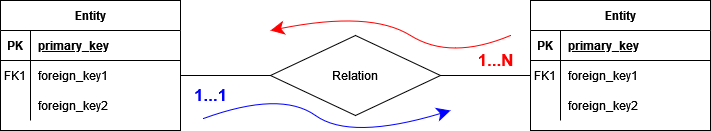
Before: DocumentalDB/Images/legendaER.png, a diagram exported from draw.io (neekoo0/SMBUDproject22-23). Source tidied: cells renumbered, new cells last; positions are measured from the earlier drawing's top-left corner, leaving out a move shared by most shapes. Source of this version:
```xml
<mxGraphModel>
  <root>
    <mxCell id="0" />
    <mxCell id="1" parent="0" />
    <mxCell id="2" value="Entity" style="shape=table;startSize=30;rowLines=0;fontStyle=1;align=center;" parent="1" vertex="1">
      <mxGeometry width="180" height="130" as="geometry" />
    </mxCell>
    <mxCell id="3" style="shape=partialRectangle;fillColor=none;top=0;left=0;right=0;bottom=1;" parent="2" vertex="1">
      <mxGeometry y="30" width="180" height="30" as="geometry" />
    </mxCell>
    <mxCell id="4" value="PK" style="shape=partialRectangle;overflow=hidden;fillColor=none;top=0;left=0;bottom=0;right=0;fontStyle=1;" parent="3" vertex="1">
      <mxGeometry width="30" height="30" as="geometry" />
    </mxCell>
    <mxCell id="5" value="primary_key" style="shape=partialRectangle;overflow=hidden;fillColor=none;top=0;left=0;bottom=0;right=0;align=left;spacingLeft=6;fontStyle=5;" parent="3" vertex="1">
      <mxGeometry x="30" width="150" height="30" as="geometry" />
    </mxCell>
    <mxCell id="6" style="shape=partialRectangle;fillColor=none;points=[[0,0.5],[1,0.5]];portConstraint=eastwest;top=0;left=0;right=0;bottom=0;" parent="2" vertex="1">
      <mxGeometry y="60" width="180" height="30" as="geometry" />
    </mxCell>
    <mxCell id="7" value="FK1" style="shape=partialRectangle;overflow=hidden;fillColor=none;top=0;left=0;bottom=0;right=0;" parent="6" vertex="1">
      <mxGeometry width="30" height="30" as="geometry" />
    </mxCell>
    <mxCell id="8" value="foreign_key1" style="shape=partialRectangle;overflow=hidden;fillColor=none;top=0;left=0;bottom=0;right=0;align=left;spacingLeft=6;" parent="6" vertex="1">
      <mxGeometry x="30" width="150" height="30" as="geometry" />
    </mxCell>
    <mxCell id="9" style="shape=partialRectangle;fillColor=none;top=0;left=0;right=0;bottom=0;" parent="2" vertex="1">
      <mxGeometry y="90" width="180" height="30" as="geometry" />
    </mxCell>
    <mxCell id="10" style="shape=partialRectangle;overflow=hidden;fillColor=none;top=0;left=0;bottom=0;right=0;" parent="9" vertex="1">
      <mxGeometry width="30" height="30" as="geometry" />
    </mxCell>
    <mxCell id="11" value="foreign_key2" style="shape=partialRectangle;overflow=hidden;fillColor=none;top=0;left=0;bottom=0;right=0;align=left;spacingLeft=6;" parent="9" vertex="1">
      <mxGeometry x="30" width="150" height="30" as="geometry" />
    </mxCell>
    <mxCell id="12" value="Entity" style="shape=table;startSize=30;rowLines=0;fontStyle=1;align=center;" parent="1" vertex="1">
      <mxGeometry x="530" width="180" height="130" as="geometry" />
    </mxCell>
    <mxCell id="13" style="shape=partialRectangle;fillColor=none;top=0;left=0;right=0;bottom=1;" parent="12" vertex="1">
      <mxGeometry y="30" width="180" height="30" as="geometry" />
    </mxCell>
    <mxCell id="14" value="PK" style="shape=partialRectangle;overflow=hidden;fillColor=none;top=0;left=0;bottom=0;right=0;fontStyle=1;" parent="13" vertex="1">
      <mxGeometry width="30" height="30" as="geometry" />
    </mxCell>
    <mxCell id="15" value="primary_key" style="shape=partialRectangle;overflow=hidden;fillColor=none;top=0;left=0;bottom=0;right=0;align=left;spacingLeft=6;fontStyle=5;" parent="13" vertex="1">
      <mxGeometry x="30" width="150" height="30" as="geometry" />
    </mxCell>
    <mxCell id="16" style="shape=partialRectangle;fillColor=none;points=[[0,0.5],[1,0.5]];portConstraint=eastwest;top=0;left=0;right=0;bottom=0;" parent="12" vertex="1">
      <mxGeometry y="60" width="180" height="30" as="geometry" />
    </mxCell>
    <mxCell id="17" value="FK1" style="shape=partialRectangle;overflow=hidden;fillColor=none;top=0;left=0;bottom=0;right=0;" parent="16" vertex="1">
      <mxGeometry width="30" height="30" as="geometry" />
    </mxCell>
    <mxCell id="18" value="foreign_key1" style="shape=partialRectangle;overflow=hidden;fillColor=none;top=0;left=0;bottom=0;right=0;align=left;spacingLeft=6;" parent="16" vertex="1">
      <mxGeometry x="30" width="150" height="30" as="geometry" />
    </mxCell>
    <mxCell id="19" style="shape=partialRectangle;fillColor=none;top=0;left=0;right=0;bottom=0;" parent="12" vertex="1">
      <mxGeometry y="90" width="180" height="30" as="geometry" />
    </mxCell>
    <mxCell id="20" style="shape=partialRectangle;overflow=hidden;fillColor=none;top=0;left=0;bottom=0;right=0;" parent="19" vertex="1">
      <mxGeometry width="30" height="30" as="geometry" />
    </mxCell>
    <mxCell id="21" value="foreign_key2" style="shape=partialRectangle;overflow=hidden;fillColor=none;top=0;left=0;bottom=0;right=0;align=left;spacingLeft=6;" parent="19" vertex="1">
      <mxGeometry x="30" width="150" height="30" as="geometry" />
    </mxCell>
    <mxCell id="22" style="rounded=0;jettySize=auto;html=1;exitX=0;exitY=0.5;exitDx=0;exitDy=0;entryX=1;entryY=0.5;entryDx=0;entryDy=0;endArrow=none;endFill=0;" parent="1" edge="1" source="23" target="6">
      <mxGeometry relative="1" as="geometry" />
    </mxCell>
    <mxCell id="23" value="Relation" style="rhombus;whiteSpace=wrap;html=1;" parent="1" vertex="1">
      <mxGeometry x="270" y="35" width="170" height="80" as="geometry" />
    </mxCell>
    <mxCell id="24" style="rounded=0;jettySize=auto;html=1;exitX=0;exitY=0.5;exitDx=0;exitDy=0;entryX=1;entryY=0.5;entryDx=0;entryDy=0;endArrow=none;endFill=0;" parent="1" edge="1" source="16" target="23">
      <mxGeometry relative="1" as="geometry" />
    </mxCell>
    <mxCell id="25" style="curved=1;endArrow=classic;html=1;rounded=0;strokeColor=#FF0000;endSize=11;startSize=11;" parent="1" edge="1">
      <mxGeometry relative="1" as="geometry">
        <mxPoint x="510" y="35" as="sourcePoint" />
        <mxPoint x="270" y="30" as="targetPoint" />
        <Array as="points">
          <mxPoint x="450" y="60" />
          <mxPoint x="370" y="10" />
        </Array>
      </mxGeometry>
    </mxCell>
    <mxCell id="26" value="&lt;b&gt;&lt;font style=&quot;font-size: 17px;&quot; color=&quot;#FF0000&quot;&gt;1...N&lt;/font&gt;&lt;/b&gt;" style="text;html=1;align=center;verticalAlign=middle;strokeColor=none;fillColor=none;" parent="1" vertex="1">
      <mxGeometry x="465" y="45" width="60" height="30" as="geometry" />
    </mxCell>
    <mxCell id="27" style="curved=1;endArrow=classic;html=1;rounded=0;strokeColor=#0000FF;endSize=11;startSize=11;startArrow=none;exitX=0.383;exitY=1.267;exitDx=0;exitDy=0;exitPerimeter=0;" parent="1" edge="1" source="28">
      <mxGeometry relative="1" as="geometry">
        <mxPoint x="450" y="110" as="targetPoint" />
        <Array as="points">
          <mxPoint x="280" y="90" />
          <mxPoint x="350" y="140" />
        </Array>
      </mxGeometry>
    </mxCell>
    <mxCell id="28" value="&lt;b&gt;&lt;font color=&quot;#0000FF&quot;&gt;1...1&lt;/font&gt;&lt;/b&gt;" style="text;html=1;align=center;verticalAlign=middle;points=[];strokeColor=none;fillColor=none;fontSize=17;fontColor=#FF0000;" parent="1" vertex="1">
      <mxGeometry x="180" y="80" width="60" height="30" as="geometry" />
    </mxCell>
    <mxCell id="29" style="curved=1;endArrow=none;html=1;rounded=0;strokeColor=#FF0000;endSize=11;startSize=11;" parent="1" edge="1" target="28">
      <mxGeometry relative="1" as="geometry">
        <mxPoint x="200" y="110" as="sourcePoint" />
      </mxGeometry>
    </mxCell>
  </root>
</mxGraphModel>
```
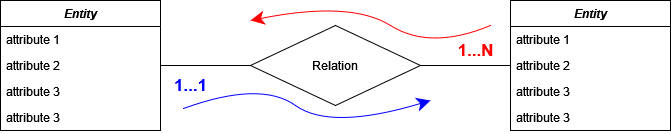
The same file after the commit.

Commit message:
legendaER correction

Diff of the diagram source:
```diff
@@ -2,74 +2,18 @@
   <root>
     <mxCell id="0" />
     <mxCell id="1" parent="0" />
-    <mxCell id="2" value="Entity" style="shape=table;startSize=30;rowLines=0;fontStyle=1;align=center;" parent="1" vertex="1">
-      <mxGeometry width="180" height="130" as="geometry" />
-    </mxCell>
-    <mxCell id="3" style="shape=partialRectangle;fillColor=none;top=0;left=0;right=0;bottom=1;" parent="2" vertex="1">
-      <mxGeometry y="30" width="180" height="30" as="geometry" />
-    </mxCell>
-    <mxCell id="4" value="PK" style="shape=partialRectangle;overflow=hidden;fillColor=none;top=0;left=0;bottom=0;right=0;fontStyle=1;" parent="3" vertex="1">
-      <mxGeometry width="30" height="30" as="geometry" />
-    </mxCell>
-    <mxCell id="5" value="primary_key" style="shape=partialRectangle;overflow=hidden;fillColor=none;top=0;left=0;bottom=0;right=0;align=left;spacingLeft=6;fontStyle=5;" parent="3" vertex="1">
-      <mxGeometry x="30" width="150" height="30" as="geometry" />
-    </mxCell>
-    <mxCell id="6" style="shape=partialRectangle;fillColor=none;points=[[0,0.5],[1,0.5]];portConstraint=eastwest;top=0;left=0;right=0;bottom=0;" parent="2" vertex="1">
-      <mxGeometry y="60" width="180" height="30" as="geometry" />
-    </mxCell>
-    <mxCell id="7" value="FK1" style="shape=partialRectangle;overflow=hidden;fillColor=none;top=0;left=0;bottom=0;right=0;" parent="6" vertex="1">
-      <mxGeometry width="30" height="30" as="geometry" />
-    </mxCell>
-    <mxCell id="8" value="foreign_key1" style="shape=partialRectangle;overflow=hidden;fillColor=none;top=0;left=0;bottom=0;right=0;align=left;spacingLeft=6;" parent="6" vertex="1">
-      <mxGeometry x="30" width="150" height="30" as="geometry" />
-    </mxCell>
-    <mxCell id="9" style="shape=partialRectangle;fillColor=none;top=0;left=0;right=0;bottom=0;" parent="2" vertex="1">
-      <mxGeometry y="90" width="180" height="30" as="geometry" />
-    </mxCell>
-    <mxCell id="10" style="shape=partialRectangle;overflow=hidden;fillColor=none;top=0;left=0;bottom=0;right=0;" parent="9" vertex="1">
-      <mxGeometry width="30" height="30" as="geometry" />
-    </mxCell>
-    <mxCell id="11" value="foreign_key2" style="shape=partialRectangle;overflow=hidden;fillColor=none;top=0;left=0;bottom=0;right=0;align=left;spacingLeft=6;" parent="9" vertex="1">
-      <mxGeometry x="30" width="150" height="30" as="geometry" />
-    </mxCell>
-    <mxCell id="12" value="Entity" style="shape=table;startSize=30;rowLines=0;fontStyle=1;align=center;" parent="1" vertex="1">
-      <mxGeometry x="530" width="180" height="130" as="geometry" />
-    </mxCell>
-    <mxCell id="13" style="shape=partialRectangle;fillColor=none;top=0;left=0;right=0;bottom=1;" parent="12" vertex="1">
-      <mxGeometry y="30" width="180" height="30" as="geometry" />
-    </mxCell>
-    <mxCell id="14" value="PK" style="shape=partialRectangle;overflow=hidden;fillColor=none;top=0;left=0;bottom=0;right=0;fontStyle=1;" parent="13" vertex="1">
-      <mxGeometry width="30" height="30" as="geometry" />
-    </mxCell>
-    <mxCell id="15" value="primary_key" style="shape=partialRectangle;overflow=hidden;fillColor=none;top=0;left=0;bottom=0;right=0;align=left;spacingLeft=6;fontStyle=5;" parent="13" vertex="1">
-      <mxGeometry x="30" width="150" height="30" as="geometry" />
-    </mxCell>
-    <mxCell id="16" style="shape=partialRectangle;fillColor=none;points=[[0,0.5],[1,0.5]];portConstraint=eastwest;top=0;left=0;right=0;bottom=0;" parent="12" vertex="1">
-      <mxGeometry y="60" width="180" height="30" as="geometry" />
-    </mxCell>
-    <mxCell id="17" value="FK1" style="shape=partialRectangle;overflow=hidden;fillColor=none;top=0;left=0;bottom=0;right=0;" parent="16" vertex="1">
-      <mxGeometry width="30" height="30" as="geometry" />
-    </mxCell>
-    <mxCell id="18" value="foreign_key1" style="shape=partialRectangle;overflow=hidden;fillColor=none;top=0;left=0;bottom=0;right=0;align=left;spacingLeft=6;" parent="16" vertex="1">
-      <mxGeometry x="30" width="150" height="30" as="geometry" />
-    </mxCell>
-    <mxCell id="19" style="shape=partialRectangle;fillColor=none;top=0;left=0;right=0;bottom=0;" parent="12" vertex="1">
-      <mxGeometry y="90" width="180" height="30" as="geometry" />
-    </mxCell>
-    <mxCell id="20" style="shape=partialRectangle;overflow=hidden;fillColor=none;top=0;left=0;bottom=0;right=0;" parent="19" vertex="1">
-      <mxGeometry width="30" height="30" as="geometry" />
-    </mxCell>
-    <mxCell id="21" value="foreign_key2" style="shape=partialRectangle;overflow=hidden;fillColor=none;top=0;left=0;bottom=0;right=0;align=left;spacingLeft=6;" parent="19" vertex="1">
-      <mxGeometry x="30" width="150" height="30" as="geometry" />
-    </mxCell>
-    <mxCell id="22" style="rounded=0;jettySize=auto;html=1;exitX=0;exitY=0.5;exitDx=0;exitDy=0;entryX=1;entryY=0.5;entryDx=0;entryDy=0;endArrow=none;endFill=0;" parent="1" edge="1" source="23" target="6">
-      <mxGeometry relative="1" as="geometry" />
+    <mxCell id="22" style="rounded=0;jettySize=auto;html=1;exitX=0;exitY=0.5;exitDx=0;exitDy=0;entryX=1;entryY=0.5;entryDx=0;entryDy=0;endArrow=none;endFill=0;" parent="1" edge="1" source="23">
+      <mxGeometry relative="1" as="geometry">
+        <mxPoint x="180" y="75" as="targetPoint" />
+      </mxGeometry>
     </mxCell>
     <mxCell id="23" value="Relation" style="rhombus;whiteSpace=wrap;html=1;" parent="1" vertex="1">
       <mxGeometry x="270" y="35" width="170" height="80" as="geometry" />
     </mxCell>
-    <mxCell id="24" style="rounded=0;jettySize=auto;html=1;exitX=0;exitY=0.5;exitDx=0;exitDy=0;entryX=1;entryY=0.5;entryDx=0;entryDy=0;endArrow=none;endFill=0;" parent="1" edge="1" source="16" target="23">
-      <mxGeometry relative="1" as="geometry" />
+    <mxCell id="24" style="rounded=0;jettySize=auto;html=1;exitX=0;exitY=0.5;exitDx=0;exitDy=0;entryX=1;entryY=0.5;entryDx=0;entryDy=0;endArrow=none;endFill=0;" parent="1" edge="1" target="23">
+      <mxGeometry relative="1" as="geometry">
+        <mxPoint x="530" y="75" as="sourcePoint" />
+      </mxGeometry>
     </mxCell>
     <mxCell id="25" style="curved=1;endArrow=classic;html=1;rounded=0;strokeColor=#FF0000;endSize=11;startSize=11;" parent="1" edge="1">
       <mxGeometry relative="1" as="geometry">
@@ -101,5 +45,35 @@
         <mxPoint x="200" y="110" as="sourcePoint" />
       </mxGeometry>
     </mxCell>
+    <mxCell id="30" value="Entity" style="swimlane;fontStyle=3;align=center;verticalAlign=top;horizontal=1;startSize=26;rounded=0;shadow=0;strokeWidth=1;" parent="1" vertex="1">
+      <mxGeometry x="530" y="10" width="160" height="130" as="geometry" />
+    </mxCell>
+    <mxCell id="31" value="attribute 1" style="text;align=left;verticalAlign=top;spacingLeft=4;spacingRight=4;overflow=hidden;" parent="30" vertex="1">
+      <mxGeometry y="26" width="160" height="26" as="geometry" />
+    </mxCell>
+    <mxCell id="32" value="attribute 2" style="text;align=left;verticalAlign=top;spacingLeft=4;spacingRight=4;overflow=hidden;rounded=0;shadow=0;html=0;" parent="30" vertex="1">
+      <mxGeometry y="52" width="160" height="26" as="geometry" />
+    </mxCell>
+    <mxCell id="33" value="attribute 3" style="text;align=left;verticalAlign=top;spacingLeft=4;spacingRight=4;overflow=hidden;rounded=0;shadow=0;html=0;" parent="30" vertex="1">
+      <mxGeometry y="78" width="160" height="26" as="geometry" />
+    </mxCell>
+    <mxCell id="34" value="attribute 3" style="text;align=left;verticalAlign=top;spacingLeft=4;spacingRight=4;overflow=hidden;rounded=0;shadow=0;html=0;" parent="30" vertex="1">
+      <mxGeometry y="104" width="160" height="26" as="geometry" />
+    </mxCell>
+    <mxCell id="35" value="Entity" style="swimlane;fontStyle=3;align=center;verticalAlign=top;horizontal=1;startSize=26;rounded=0;shadow=0;strokeWidth=1;" parent="1" vertex="1">
+      <mxGeometry x="20" y="10" width="160" height="130" as="geometry" />
+    </mxCell>
+    <mxCell id="36" value="attribute 1" style="text;align=left;verticalAlign=top;spacingLeft=4;spacingRight=4;overflow=hidden;" parent="35" vertex="1">
+      <mxGeometry y="26" width="160" height="26" as="geometry" />
+    </mxCell>
+    <mxCell id="37" value="attribute 2" style="text;align=left;verticalAlign=top;spacingLeft=4;spacingRight=4;overflow=hidden;rounded=0;shadow=0;html=0;" parent="35" vertex="1">
+      <mxGeometry y="52" width="160" height="26" as="geometry" />
+    </mxCell>
+    <mxCell id="38" value="attribute 3" style="text;align=left;verticalAlign=top;spacingLeft=4;spacingRight=4;overflow=hidden;rounded=0;shadow=0;html=0;" parent="35" vertex="1">
+      <mxGeometry y="78" width="160" height="26" as="geometry" />
+    </mxCell>
+    <mxCell id="39" value="attribute 3" style="text;align=left;verticalAlign=top;spacingLeft=4;spacingRight=4;overflow=hidden;rounded=0;shadow=0;html=0;" parent="35" vertex="1">
+      <mxGeometry y="104" width="160" height="26" as="geometry" />
+    </mxCell>
   </root>
 </mxGraphModel>
```
